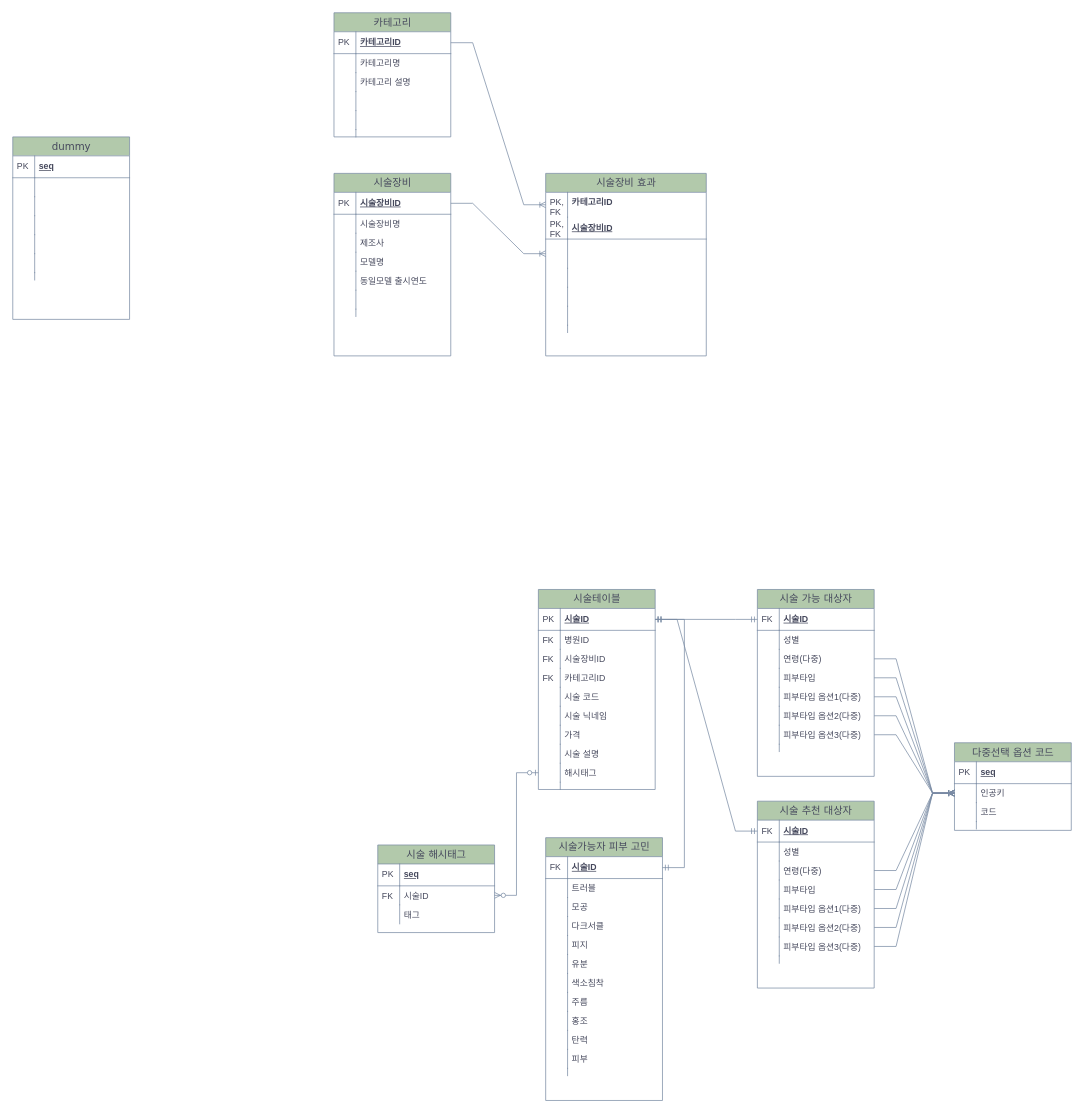
minkyu1128/DomainDesign keeps this draw.io diagram as 제목 없는 다이어그램.drawio. Above is the earlier version. Source tidied: cells renumbered, new cells numbered last; positions are measured from the earlier drawing's top-left corner, leaving out a move shared by most shapes. Both pictures are drawn from the tidied source at 73%, with x=0, y=0 at pixel (12, 12).
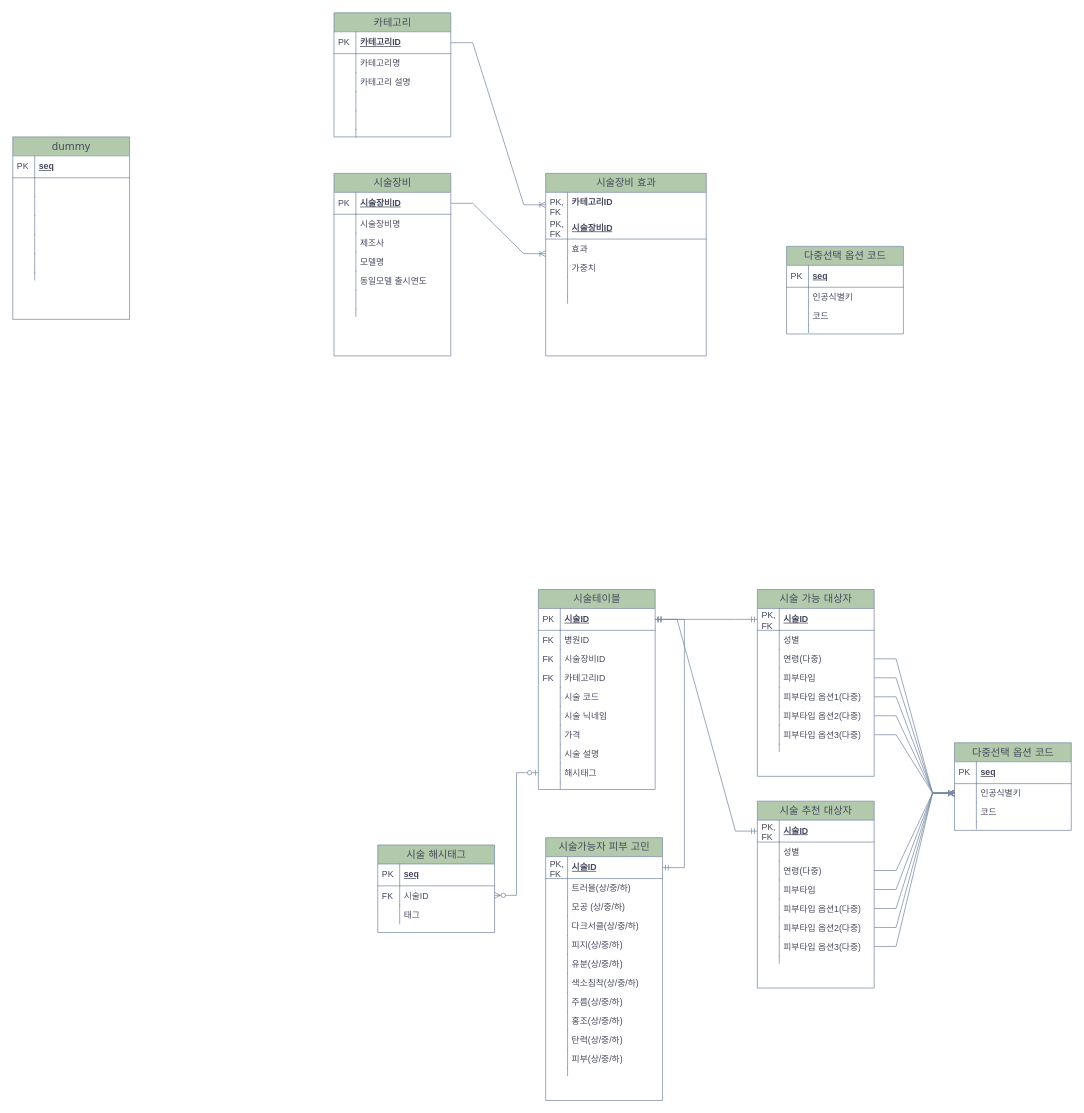
The same diagram, later.

Commit message (it also covers changes not shown here):
제목 없는 다이어그램.drawio 업데이트

Unchanged cells that the change refers to:
```xml
<mxCell id="3" value="시술ID" style="shape=partialRectangle;top=0;left=0;right=0;bottom=1;html=1;align=left;verticalAlign=middle;fillColor=none;spacingLeft=34;spacingRight=4;whiteSpace=wrap;overflow=hidden;points=[[0,0.5],[1,0.5]];portConstraint=eastwest;fontStyle=5;labelBackgroundColor=none;strokeColor=#788AA3;fontColor=#46495D;" parent="2" vertex="1">
  <mxGeometry y="26" width="160" height="30" as="geometry" />
</mxCell>
<mxCell id="20" value="시술ID" style="shape=partialRectangle;top=0;left=0;right=0;bottom=1;html=1;align=left;verticalAlign=middle;fillColor=none;spacingLeft=34;spacingRight=4;whiteSpace=wrap;overflow=hidden;points=[[0,0.5],[1,0.5]];portConstraint=eastwest;fontStyle=5;labelBackgroundColor=none;strokeColor=#788AA3;fontColor=#46495D;" parent="19" vertex="1">
  <mxGeometry y="26" width="160" height="30" as="geometry" />
</mxCell>
<mxCell id="36" value="시술가능자 피부 고민" style="swimlane;html=1;fontStyle=0;horizontal=1;startSize=26;fillColor=#B2C9AB;swimlaneFillColor=#ffffff;align=center;rounded=0;shadow=0;comic=0;labelBackgroundColor=none;strokeWidth=1;fontFamily=Verdana;fontSize=14;strokeColor=#788AA3;fontColor=#46495D;" parent="1" vertex="1">
  <mxGeometry x="730" y="1130" width="160" height="360" as="geometry" />
</mxCell>
<mxCell id="37" value="시술ID" style="shape=partialRectangle;top=0;left=0;right=0;bottom=1;html=1;align=left;verticalAlign=middle;fillColor=none;spacingLeft=34;spacingRight=4;whiteSpace=wrap;overflow=hidden;points=[[0,0.5],[1,0.5]];portConstraint=eastwest;fontStyle=5;labelBackgroundColor=none;strokeColor=#788AA3;fontColor=#46495D;" parent="36" vertex="1">
  <mxGeometry y="26" width="160" height="30" as="geometry" />
</mxCell>
<mxCell id="97" value="다중선택 옵션 코드" style="swimlane;html=1;fontStyle=0;horizontal=1;startSize=26;fillColor=#B2C9AB;swimlaneFillColor=#ffffff;align=center;rounded=0;shadow=0;comic=0;labelBackgroundColor=none;strokeWidth=1;fontFamily=Verdana;fontSize=14;strokeColor=#788AA3;fontColor=#46495D;" parent="1" vertex="1">
  <mxGeometry x="1290" y="1000" width="160" height="120" as="geometry" />
</mxCell>
<mxCell id="128" value="시술장비ID" style="shape=partialRectangle;top=0;left=0;right=0;bottom=1;html=1;align=left;verticalAlign=middle;fillColor=none;spacingLeft=34;spacingRight=4;whiteSpace=wrap;overflow=hidden;points=[[0,0.5],[1,0.5]];portConstraint=eastwest;fontStyle=5;labelBackgroundColor=none;strokeColor=#788AA3;fontColor=#46495D;" parent="127" vertex="1">
  <mxGeometry y="26" width="160" height="30" as="geometry" />
</mxCell>
<mxCell id="155" value="시술장비 효과" style="swimlane;html=1;fontStyle=0;horizontal=1;startSize=26;fillColor=#B2C9AB;swimlaneFillColor=#ffffff;align=center;rounded=0;shadow=0;comic=0;labelBackgroundColor=none;strokeWidth=1;fontFamily=Verdana;fontSize=14;strokeColor=#788AA3;fontColor=#46495D;" parent="1" vertex="1">
  <mxGeometry x="730" y="220" width="220" height="250" as="geometry" />
</mxCell>
```

Diff of the diagram source:
```diff
@@
-    <mxCell id="4" value="FK" style="shape=partialRectangle;top=0;left=0;bottom=0;html=1;fillColor=none;align=left;verticalAlign=middle;spacingLeft=4;spacingRight=4;whiteSpace=wrap;overflow=hidden;labelBackgroundColor=none;strokeColor=#788AA3;fontColor=#46495D;" parent="3" vertex="1">
+    <mxCell id="4" value="PK, FK" style="shape=partialRectangle;top=0;left=0;bottom=0;html=1;fillColor=none;align=left;verticalAlign=middle;spacingLeft=4;spacingRight=4;whiteSpace=wrap;overflow=hidden;labelBackgroundColor=none;strokeColor=#788AA3;fontColor=#46495D;" parent="3" vertex="1">
       <mxGeometry width="30" height="30" as="geometry" />
     </mxCell>
@@
-    <mxCell id="21" value="FK" style="shape=partialRectangle;top=0;left=0;bottom=0;html=1;fillColor=none;align=left;verticalAlign=middle;spacingLeft=4;spacingRight=4;whiteSpace=wrap;overflow=hidden;labelBackgroundColor=none;strokeColor=#788AA3;fontColor=#46495D;" parent="20" vertex="1">
+    <mxCell id="21" value="PK, FK" style="shape=partialRectangle;top=0;left=0;bottom=0;html=1;fillColor=none;align=left;verticalAlign=middle;spacingLeft=4;spacingRight=4;whiteSpace=wrap;overflow=hidden;labelBackgroundColor=none;strokeColor=#788AA3;fontColor=#46495D;" parent="20" vertex="1">
       <mxGeometry width="30" height="30" as="geometry" />
     </mxCell>
@@
-    <mxCell id="38" value="FK" style="shape=partialRectangle;top=0;left=0;bottom=0;html=1;fillColor=none;align=left;verticalAlign=middle;spacingLeft=4;spacingRight=4;whiteSpace=wrap;overflow=hidden;labelBackgroundColor=none;strokeColor=#788AA3;fontColor=#46495D;" parent="37" vertex="1">
+    <mxCell id="38" value="PK, FK" style="shape=partialRectangle;top=0;left=0;bottom=0;html=1;fillColor=none;align=left;verticalAlign=middle;spacingLeft=4;spacingRight=4;whiteSpace=wrap;overflow=hidden;labelBackgroundColor=none;strokeColor=#788AA3;fontColor=#46495D;" parent="37" vertex="1">
       <mxGeometry width="30" height="30" as="geometry" />
     </mxCell>
-    <mxCell id="39" value="트러블" style="shape=partialRectangle;top=0;left=0;right=0;bottom=0;html=1;align=left;verticalAlign=top;fillColor=none;spacingLeft=34;spacingRight=4;whiteSpace=wrap;overflow=hidden;labelBackgroundColor=none;strokeColor=#788AA3;fontColor=#46495D;" parent="36" vertex="1">
+    <mxCell id="39" value="트러블(상/중/하)" style="shape=partialRectangle;top=0;left=0;right=0;bottom=0;html=1;align=left;verticalAlign=top;fillColor=none;spacingLeft=34;spacingRight=4;whiteSpace=wrap;overflow=hidden;labelBackgroundColor=none;strokeColor=#788AA3;fontColor=#46495D;" parent="36" vertex="1">
       <mxGeometry y="56" width="160" height="26" as="geometry" />
     </mxCell>
@@
-    <mxCell id="41" value="모공&amp;nbsp;" style="shape=partialRectangle;top=0;left=0;right=0;bottom=0;html=1;align=left;verticalAlign=top;fillColor=none;spacingLeft=34;spacingRight=4;whiteSpace=wrap;overflow=hidden;labelBackgroundColor=none;strokeColor=#788AA3;fontColor=#46495D;" parent="36" vertex="1">
+    <mxCell id="41" value="모공 (상/중/하)" style="shape=partialRectangle;top=0;left=0;right=0;bottom=0;html=1;align=left;verticalAlign=top;fillColor=none;spacingLeft=34;spacingRight=4;whiteSpace=wrap;overflow=hidden;labelBackgroundColor=none;strokeColor=#788AA3;fontColor=#46495D;" parent="36" vertex="1">
       <mxGeometry y="82" width="160" height="26" as="geometry" />
     </mxCell>
@@
-    <mxCell id="43" value="다크서클" style="shape=partialRectangle;top=0;left=0;right=0;bottom=0;html=1;align=left;verticalAlign=top;fillColor=none;spacingLeft=34;spacingRight=4;whiteSpace=wrap;overflow=hidden;labelBackgroundColor=none;strokeColor=#788AA3;fontColor=#46495D;" parent="36" vertex="1">
+    <mxCell id="43" value="다크서클(상/중/하)" style="shape=partialRectangle;top=0;left=0;right=0;bottom=0;html=1;align=left;verticalAlign=top;fillColor=none;spacingLeft=34;spacingRight=4;whiteSpace=wrap;overflow=hidden;labelBackgroundColor=none;strokeColor=#788AA3;fontColor=#46495D;" parent="36" vertex="1">
       <mxGeometry y="108" width="160" height="26" as="geometry" />
     </mxCell>
@@
-    <mxCell id="45" value="피지" style="shape=partialRectangle;top=0;left=0;right=0;bottom=0;html=1;align=left;verticalAlign=top;fillColor=none;spacingLeft=34;spacingRight=4;whiteSpace=wrap;overflow=hidden;labelBackgroundColor=none;strokeColor=#788AA3;fontColor=#46495D;" parent="36" vertex="1">
+    <mxCell id="45" value="피지(상/중/하)" style="shape=partialRectangle;top=0;left=0;right=0;bottom=0;html=1;align=left;verticalAlign=top;fillColor=none;spacingLeft=34;spacingRight=4;whiteSpace=wrap;overflow=hidden;labelBackgroundColor=none;strokeColor=#788AA3;fontColor=#46495D;" parent="36" vertex="1">
       <mxGeometry y="134" width="160" height="26" as="geometry" />
     </mxCell>
@@
-    <mxCell id="47" value="유분" style="shape=partialRectangle;top=0;left=0;right=0;bottom=0;html=1;align=left;verticalAlign=top;fillColor=none;spacingLeft=34;spacingRight=4;whiteSpace=wrap;overflow=hidden;labelBackgroundColor=none;strokeColor=#788AA3;fontColor=#46495D;" parent="36" vertex="1">
+    <mxCell id="47" value="유분(상/중/하)" style="shape=partialRectangle;top=0;left=0;right=0;bottom=0;html=1;align=left;verticalAlign=top;fillColor=none;spacingLeft=34;spacingRight=4;whiteSpace=wrap;overflow=hidden;labelBackgroundColor=none;strokeColor=#788AA3;fontColor=#46495D;" parent="36" vertex="1">
       <mxGeometry y="160" width="160" height="26" as="geometry" />
     </mxCell>
@@
-    <mxCell id="49" value="색소침착" style="shape=partialRectangle;top=0;left=0;right=0;bottom=0;html=1;align=left;verticalAlign=top;fillColor=none;spacingLeft=34;spacingRight=4;whiteSpace=wrap;overflow=hidden;labelBackgroundColor=none;strokeColor=#788AA3;fontColor=#46495D;" parent="36" vertex="1">
+    <mxCell id="49" value="색소침착(상/중/하)" style="shape=partialRectangle;top=0;left=0;right=0;bottom=0;html=1;align=left;verticalAlign=top;fillColor=none;spacingLeft=34;spacingRight=4;whiteSpace=wrap;overflow=hidden;labelBackgroundColor=none;strokeColor=#788AA3;fontColor=#46495D;" parent="36" vertex="1">
       <mxGeometry y="186" width="160" height="26" as="geometry" />
     </mxCell>
@@
-    <mxCell id="51" value="주름" style="shape=partialRectangle;top=0;left=0;right=0;bottom=0;html=1;align=left;verticalAlign=top;fillColor=none;spacingLeft=34;spacingRight=4;whiteSpace=wrap;overflow=hidden;labelBackgroundColor=none;strokeColor=#788AA3;fontColor=#46495D;" parent="36" vertex="1">
+    <mxCell id="51" value="주름(상/중/하)" style="shape=partialRectangle;top=0;left=0;right=0;bottom=0;html=1;align=left;verticalAlign=top;fillColor=none;spacingLeft=34;spacingRight=4;whiteSpace=wrap;overflow=hidden;labelBackgroundColor=none;strokeColor=#788AA3;fontColor=#46495D;" parent="36" vertex="1">
       <mxGeometry y="212" width="160" height="26" as="geometry" />
     </mxCell>
@@
-    <mxCell id="53" value="홍조" style="shape=partialRectangle;top=0;left=0;right=0;bottom=0;html=1;align=left;verticalAlign=top;fillColor=none;spacingLeft=34;spacingRight=4;whiteSpace=wrap;overflow=hidden;labelBackgroundColor=none;strokeColor=#788AA3;fontColor=#46495D;" parent="36" vertex="1">
+    <mxCell id="53" value="홍조(상/중/하)" style="shape=partialRectangle;top=0;left=0;right=0;bottom=0;html=1;align=left;verticalAlign=top;fillColor=none;spacingLeft=34;spacingRight=4;whiteSpace=wrap;overflow=hidden;labelBackgroundColor=none;strokeColor=#788AA3;fontColor=#46495D;" parent="36" vertex="1">
       <mxGeometry y="238" width="160" height="26" as="geometry" />
     </mxCell>
@@
-    <mxCell id="55" value="탄력" style="shape=partialRectangle;top=0;left=0;right=0;bottom=0;html=1;align=left;verticalAlign=top;fillColor=none;spacingLeft=34;spacingRight=4;whiteSpace=wrap;overflow=hidden;labelBackgroundColor=none;strokeColor=#788AA3;fontColor=#46495D;" parent="36" vertex="1">
+    <mxCell id="55" value="탄력(상/중/하)" style="shape=partialRectangle;top=0;left=0;right=0;bottom=0;html=1;align=left;verticalAlign=top;fillColor=none;spacingLeft=34;spacingRight=4;whiteSpace=wrap;overflow=hidden;labelBackgroundColor=none;strokeColor=#788AA3;fontColor=#46495D;" parent="36" vertex="1">
       <mxGeometry y="264" width="160" height="26" as="geometry" />
     </mxCell>
@@
-    <mxCell id="57" value="피부" style="shape=partialRectangle;top=0;left=0;right=0;bottom=0;html=1;align=left;verticalAlign=top;fillColor=none;spacingLeft=34;spacingRight=4;whiteSpace=wrap;overflow=hidden;labelBackgroundColor=none;strokeColor=#788AA3;fontColor=#46495D;" parent="36" vertex="1">
+    <mxCell id="57" value="피부(상/중/하)" style="shape=partialRectangle;top=0;left=0;right=0;bottom=0;html=1;align=left;verticalAlign=top;fillColor=none;spacingLeft=34;spacingRight=4;whiteSpace=wrap;overflow=hidden;labelBackgroundColor=none;strokeColor=#788AA3;fontColor=#46495D;" parent="36" vertex="1">
       <mxGeometry y="290" width="160" height="26" as="geometry" />
     </mxCell>
@@
-    <mxCell id="100" value="인공키" style="shape=partialRectangle;top=0;left=0;right=0;bottom=0;html=1;align=left;verticalAlign=top;fillColor=none;spacingLeft=34;spacingRight=4;whiteSpace=wrap;overflow=hidden;points=[[0,0.5],[1,0.5]];portConstraint=eastwest;labelBackgroundColor=none;strokeColor=#788AA3;fontColor=#46495D;" parent="97" vertex="1">
+    <mxCell id="100" value="인공식별키" style="shape=partialRectangle;top=0;left=0;right=0;bottom=0;html=1;align=left;verticalAlign=top;fillColor=none;spacingLeft=34;spacingRight=4;whiteSpace=wrap;overflow=hidden;points=[[0,0.5],[1,0.5]];portConstraint=eastwest;labelBackgroundColor=none;strokeColor=#788AA3;fontColor=#46495D;" parent="97" vertex="1">
       <mxGeometry y="56" width="160" height="26" as="geometry" />
     </mxCell>
@@
-    <mxCell id="160" style="shape=partialRectangle;top=0;left=0;right=0;bottom=0;html=1;align=left;verticalAlign=top;fillColor=none;spacingLeft=34;spacingRight=4;whiteSpace=wrap;overflow=hidden;points=[[0,0.5],[1,0.5]];portConstraint=eastwest;labelBackgroundColor=none;strokeColor=#788AA3;fontColor=#46495D;" parent="155" vertex="1">
-      <mxGeometry y="90" width="220" height="40" as="geometry" />
-    </mxCell>
-    <mxCell id="161" style="shape=partialRectangle;top=0;left=0;bottom=0;html=1;fillColor=none;align=left;verticalAlign=top;spacingLeft=4;spacingRight=4;whiteSpace=wrap;overflow=hidden;labelBackgroundColor=none;strokeColor=#788AA3;fontColor=#46495D;" parent="160" vertex="1">
-      <mxGeometry width="30" height="40" as="geometry" />
-    </mxCell>
-    <mxCell id="162" style="shape=partialRectangle;top=0;left=0;right=0;bottom=0;html=1;align=left;verticalAlign=top;fillColor=none;spacingLeft=34;spacingRight=4;whiteSpace=wrap;overflow=hidden;labelBackgroundColor=none;strokeColor=#788AA3;fontColor=#46495D;" parent="155" vertex="1">
-      <mxGeometry y="130" width="220" height="26" as="geometry" />
+    <mxCell id="162" value="효과" style="shape=partialRectangle;top=0;left=0;right=0;bottom=0;html=1;align=left;verticalAlign=top;fillColor=none;spacingLeft=34;spacingRight=4;whiteSpace=wrap;overflow=hidden;labelBackgroundColor=none;strokeColor=#788AA3;fontColor=#46495D;" parent="155" vertex="1">
+      <mxGeometry y="90" width="220" height="26" as="geometry" />
     </mxCell>
@@
-    <mxCell id="164" style="shape=partialRectangle;top=0;left=0;right=0;bottom=0;html=1;align=left;verticalAlign=top;fillColor=none;spacingLeft=34;spacingRight=4;whiteSpace=wrap;overflow=hidden;labelBackgroundColor=none;strokeColor=#788AA3;fontColor=#46495D;" parent="155" vertex="1">
-      <mxGeometry y="156" width="220" height="26" as="geometry" />
+    <mxCell id="164" value="가중치" style="shape=partialRectangle;top=0;left=0;right=0;bottom=0;html=1;align=left;verticalAlign=top;fillColor=none;spacingLeft=34;spacingRight=4;whiteSpace=wrap;overflow=hidden;labelBackgroundColor=none;strokeColor=#788AA3;fontColor=#46495D;" parent="155" vertex="1">
+      <mxGeometry y="116" width="220" height="26" as="geometry" />
     </mxCell>
@@
     <mxCell id="166" style="shape=partialRectangle;top=0;left=0;right=0;bottom=0;html=1;align=left;verticalAlign=top;fillColor=none;spacingLeft=34;spacingRight=4;whiteSpace=wrap;overflow=hidden;labelBackgroundColor=none;strokeColor=#788AA3;fontColor=#46495D;" parent="155" vertex="1">
-      <mxGeometry y="182" width="220" height="26" as="geometry" />
+      <mxGeometry y="142" width="220" height="26" as="geometry" />
     </mxCell>
@@
     <mxCell id="168" style="shape=partialRectangle;top=0;left=0;right=0;bottom=0;html=1;align=left;verticalAlign=top;fillColor=none;spacingLeft=34;spacingRight=4;whiteSpace=wrap;overflow=hidden;labelBackgroundColor=none;strokeColor=#788AA3;fontColor=#46495D;" parent="155" vertex="1">
-      <mxGeometry y="208" width="220" height="10" as="geometry" />
+      <mxGeometry y="168" width="220" height="10" as="geometry" />
     </mxCell>
@@
-    <mxCell id="171" style="edgeStyle=entityRelationEdgeStyle;fontSize=12;html=1;endArrow=ERoneToMany;rounded=0;strokeColor=#788AA3;fontColor=#46495D;fillColor=#B2C9AB;" parent="1" edge="1" source="128" target="160">
-      <mxGeometry relative="1" as="geometry" />
+    <mxCell id="171" style="edgeStyle=entityRelationEdgeStyle;fontSize=12;html=1;endArrow=ERoneToMany;rounded=0;strokeColor=#788AA3;fontColor=#46495D;fillColor=#B2C9AB;" parent="1" edge="1" source="128">
+      <mxGeometry relative="1" as="geometry">
+        <mxPoint x="730" y="330" as="targetPoint" />
+      </mxGeometry>
     </mxCell>
+    <mxCell id="172" value="다중선택 옵션 코드" style="swimlane;html=1;fontStyle=0;horizontal=1;startSize=26;fillColor=#B2C9AB;swimlaneFillColor=#ffffff;align=center;rounded=0;shadow=0;comic=0;labelBackgroundColor=none;strokeWidth=1;fontFamily=Verdana;fontSize=14;strokeColor=#788AA3;fontColor=#46495D;" parent="1" vertex="1">
+      <mxGeometry x="1060" y="320" width="160" height="120" as="geometry" />
+    </mxCell>
+    <mxCell id="173" value="seq" style="shape=partialRectangle;top=0;left=0;right=0;bottom=1;html=1;align=left;verticalAlign=middle;fillColor=none;spacingLeft=34;spacingRight=4;whiteSpace=wrap;overflow=hidden;fontStyle=5;labelBackgroundColor=none;strokeColor=#788AA3;fontColor=#46495D;" parent="172" vertex="1">
+      <mxGeometry y="26" width="160" height="30" as="geometry" />
+    </mxCell>
+    <mxCell id="174" value="PK" style="shape=partialRectangle;top=0;left=0;bottom=0;html=1;fillColor=none;align=left;verticalAlign=middle;spacingLeft=4;spacingRight=4;whiteSpace=wrap;overflow=hidden;labelBackgroundColor=none;strokeColor=#788AA3;fontColor=#46495D;" parent="173" vertex="1">
+      <mxGeometry width="30" height="30" as="geometry" />
+    </mxCell>
+    <mxCell id="175" value="인공식별키" style="shape=partialRectangle;top=0;left=0;right=0;bottom=0;html=1;align=left;verticalAlign=top;fillColor=none;spacingLeft=34;spacingRight=4;whiteSpace=wrap;overflow=hidden;labelBackgroundColor=none;strokeColor=#788AA3;fontColor=#46495D;" parent="172" vertex="1">
+      <mxGeometry y="56" width="160" height="26" as="geometry" />
+    </mxCell>
+    <mxCell id="176" style="shape=partialRectangle;top=0;left=0;bottom=0;html=1;fillColor=none;align=left;verticalAlign=top;spacingLeft=4;spacingRight=4;whiteSpace=wrap;overflow=hidden;labelBackgroundColor=none;strokeColor=#788AA3;fontColor=#46495D;" parent="175" vertex="1">
+      <mxGeometry width="30" height="26" as="geometry" />
+    </mxCell>
+    <mxCell id="177" value="코드" style="shape=partialRectangle;top=0;left=0;right=0;bottom=0;html=1;align=left;verticalAlign=top;fillColor=none;spacingLeft=34;spacingRight=4;whiteSpace=wrap;overflow=hidden;labelBackgroundColor=none;strokeColor=#788AA3;fontColor=#46495D;" parent="172" vertex="1">
+      <mxGeometry y="82" width="160" height="26" as="geometry" />
+    </mxCell>
+    <mxCell id="178" style="shape=partialRectangle;top=0;left=0;bottom=0;html=1;fillColor=none;align=left;verticalAlign=top;spacingLeft=4;spacingRight=4;whiteSpace=wrap;overflow=hidden;labelBackgroundColor=none;strokeColor=#788AA3;fontColor=#46495D;" parent="177" vertex="1">
+      <mxGeometry width="30" height="26" as="geometry" />
+    </mxCell>
+    <mxCell id="179" style="shape=partialRectangle;top=0;left=0;right=0;bottom=0;html=1;align=left;verticalAlign=top;fillColor=none;spacingLeft=34;spacingRight=4;whiteSpace=wrap;overflow=hidden;labelBackgroundColor=none;strokeColor=#788AA3;fontColor=#46495D;" parent="172" vertex="1">
+      <mxGeometry y="108" width="160" height="10" as="geometry" />
+    </mxCell>
+    <mxCell id="180" style="shape=partialRectangle;top=0;left=0;bottom=0;html=1;fillColor=none;align=left;verticalAlign=top;spacingLeft=4;spacingRight=4;whiteSpace=wrap;overflow=hidden;labelBackgroundColor=none;strokeColor=#788AA3;fontColor=#46495D;" parent="179" vertex="1">
+      <mxGeometry width="30" height="10" as="geometry" />
+    </mxCell>
```
